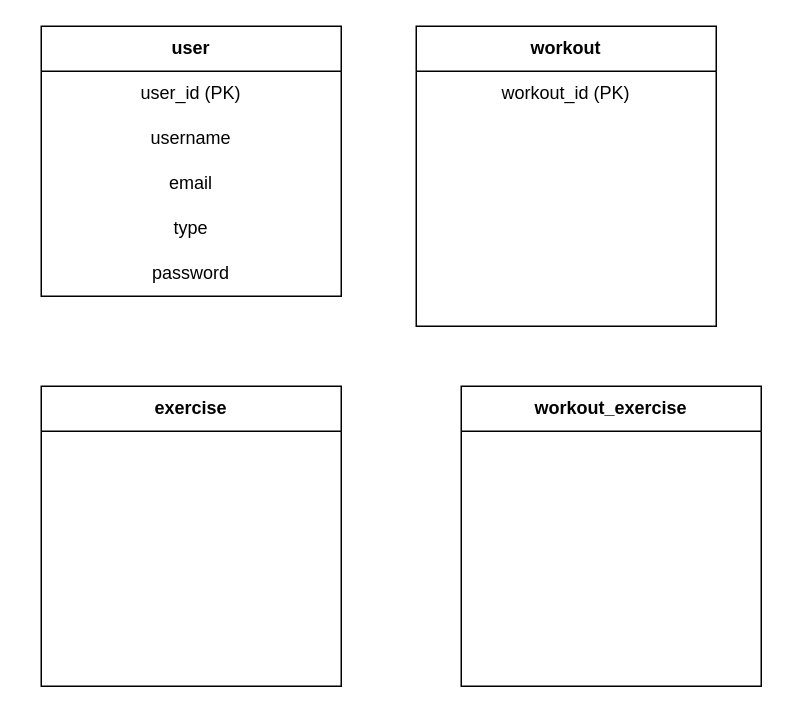
tnb1604/webDev1ProjectGymTracker keeps this draw.io diagram as Untitled Diagram.drawio. Above is the earlier version. Source tidied: cells renumbered, new cells numbered last; positions are measured from the earlier drawing's top-left corner, leaving out a move shared by most shapes. Both pictures are drawn from the tidied source at 150%, with x=0, y=0 at pixel (40, 26).
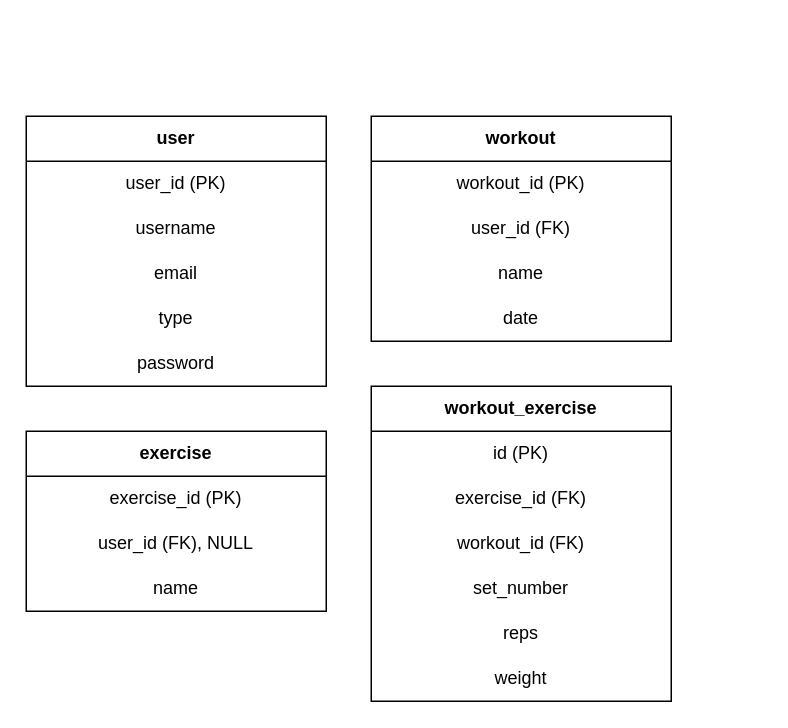
Above is the later version.

What changed in the source:
```diff
@@
     <mxCell id="2" value="user" style="swimlane;whiteSpace=wrap;html=1;startSize=30;" parent="1" vertex="1">
-      <mxGeometry width="200" height="180" as="geometry" />
+      <mxGeometry x="-10" y="60" width="200" height="180" as="geometry" />
     </mxCell>
@@
     <mxCell id="8" value="workout" style="swimlane;whiteSpace=wrap;html=1;startSize=30;" parent="1" vertex="1">
-      <mxGeometry x="250" width="200" height="200" as="geometry" />
+      <mxGeometry x="220" y="60" width="200" height="150" as="geometry" />
     </mxCell>
@@
+    <mxCell id="12" value="user_id (FK)" style="text;html=1;align=center;verticalAlign=middle;whiteSpace=wrap;rounded=0;" parent="8" vertex="1">
+      <mxGeometry y="60" width="200" height="30" as="geometry" />
+    </mxCell>
+    <mxCell id="13" value="name" style="text;html=1;align=center;verticalAlign=middle;whiteSpace=wrap;rounded=0;" parent="8" vertex="1">
+      <mxGeometry y="90" width="200" height="30" as="geometry" />
+    </mxCell>
+    <mxCell id="14" value="date" style="text;html=1;align=center;verticalAlign=middle;whiteSpace=wrap;rounded=0;" parent="8" vertex="1">
+      <mxGeometry y="120" width="200" height="30" as="geometry" />
+    </mxCell>
     <mxCell id="10" value="exercise" style="swimlane;whiteSpace=wrap;html=1;startSize=30;" parent="1" vertex="1">
-      <mxGeometry y="240" width="200" height="200" as="geometry" />
+      <mxGeometry x="-10" y="270" width="200" height="120" as="geometry" />
     </mxCell>
+    <mxCell id="15" value="exercise_id (PK)" style="text;html=1;align=center;verticalAlign=middle;whiteSpace=wrap;rounded=0;" parent="10" vertex="1">
+      <mxGeometry y="30" width="200" height="30" as="geometry" />
+    </mxCell>
+    <mxCell id="16" value="user_id (FK), NULL" style="text;html=1;align=center;verticalAlign=middle;whiteSpace=wrap;rounded=0;" parent="10" vertex="1">
+      <mxGeometry y="60" width="200" height="30" as="geometry" />
+    </mxCell>
+    <mxCell id="17" value="name" style="text;html=1;align=center;verticalAlign=middle;whiteSpace=wrap;rounded=0;" parent="10" vertex="1">
+      <mxGeometry y="90" width="200" height="30" as="geometry" />
+    </mxCell>
     <mxCell id="11" value="workout_exercise" style="swimlane;whiteSpace=wrap;html=1;startSize=30;" parent="1" vertex="1">
-      <mxGeometry x="280" y="240" width="200" height="200" as="geometry" />
+      <mxGeometry x="220" y="240" width="200" height="210" as="geometry" />
     </mxCell>
+    <mxCell id="18" value="id (PK)" style="text;html=1;align=center;verticalAlign=middle;whiteSpace=wrap;rounded=0;" parent="11" vertex="1">
+      <mxGeometry y="30" width="200" height="30" as="geometry" />
+    </mxCell>
+    <mxCell id="19" value="exercise_id (FK)" style="text;html=1;align=center;verticalAlign=middle;whiteSpace=wrap;rounded=0;" parent="11" vertex="1">
+      <mxGeometry y="60" width="200" height="30" as="geometry" />
+    </mxCell>
+    <mxCell id="20" value="workout_id (FK)" style="text;html=1;align=center;verticalAlign=middle;whiteSpace=wrap;rounded=0;" parent="11" vertex="1">
+      <mxGeometry y="90" width="200" height="30" as="geometry" />
+    </mxCell>
+    <mxCell id="21" value="set_number" style="text;html=1;align=center;verticalAlign=middle;whiteSpace=wrap;rounded=0;" parent="11" vertex="1">
+      <mxGeometry y="120" width="200" height="30" as="geometry" />
+    </mxCell>
+    <mxCell id="22" value="reps" style="text;html=1;align=center;verticalAlign=middle;whiteSpace=wrap;rounded=0;" parent="11" vertex="1">
+      <mxGeometry y="150" width="200" height="30" as="geometry" />
+    </mxCell>
+    <mxCell id="23" value="weight" style="text;html=1;align=center;verticalAlign=middle;whiteSpace=wrap;rounded=0;" parent="11" vertex="1">
+      <mxGeometry y="180" width="200" height="30" as="geometry" />
+    </mxCell>
```
